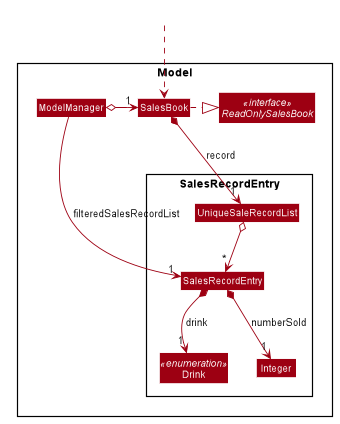
Earlier version of the PlantUML export docs/images/SalesRecordEntryModelClassDiagram.png (nus-cs2103-AY2021S1/tp).
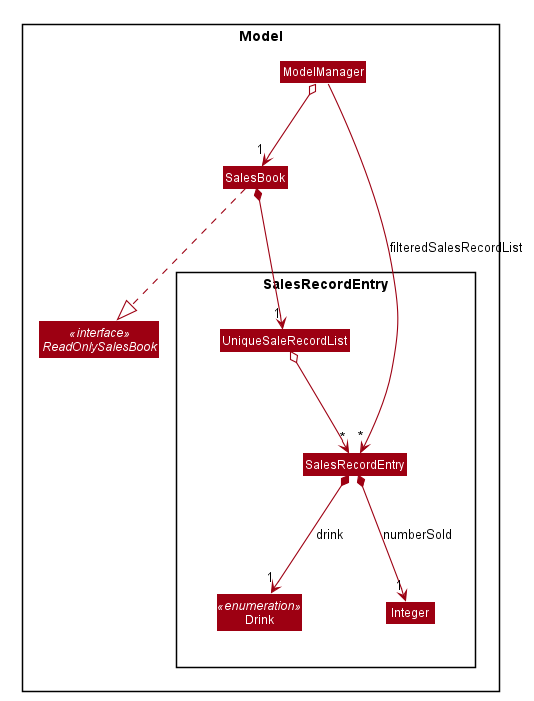
After the commit.

Commit message:
Update the diagrams to remove addressbookParser

Diff of the diagram source:
```diff
@@ -64,16 +64,13 @@
 }
 }
 
-Class HiddenOutside #FFFFFF
-HiddenOutside .down.> SalesBook
+ModelManager o--> "1" SalesBook
+SalesBook .down.|> ReadOnlySalesBook
 
-ModelManager o-right-> "1" SalesBook
-SalesBook .right.|> ReadOnlySalesBook
-
-SalesBook *--> "1" UniqueSaleRecordList : record
+SalesBook *--> "1" UniqueSaleRecordList
 UniqueSaleRecordList o--> "*" SalesRecordEntry
 SalesRecordEntry *--> "1" Drink : drink
 SalesRecordEntry *--> "1" Integer : numberSold
 
-ModelManager -->"1" SalesRecordEntry : filteredSalesRecordList
+ModelManager --> "*" SalesRecordEntry : filteredSalesRecordList
 @enduml
```
